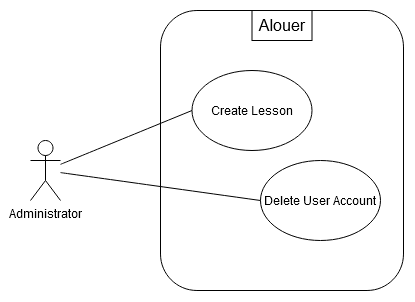
The draw.io diagram iterationDeliverables/iteration-1/Administrator-UseCaseSummary.png in Niravanaa/Alouer-SOEN342, before a commit. Source tidied: cells renumbered, new cells last; positions are measured from the earlier drawing's top-left corner, leaving out a move shared by most shapes.
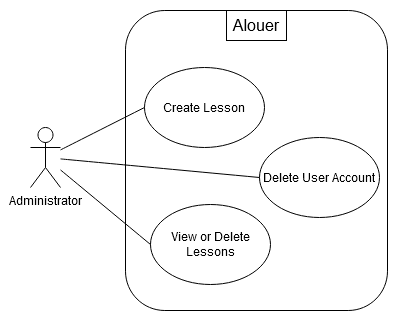
Later version of the same file.

The edit, as a diff of the source:
```diff
@@ -2,26 +2,32 @@
   <root>
     <mxCell id="0" />
     <mxCell id="1" parent="0" />
-    <mxCell id="2" style="rounded=1;whiteSpace=wrap;html=1;" parent="1" vertex="1">
-      <mxGeometry x="130" width="243" height="280" as="geometry" />
-    </mxCell>
+    <mxCell id="4" value="Administrator" style="shape=umlActor;verticalLabelPosition=bottom;verticalAlign=top;html=1;outlineConnect=0;" parent="1" vertex="1">
+      <mxGeometry x="-989" y="-565" width="30" height="60" as="geometry" />
+    </mxCell>
+    <mxCell id="9" style="rounded=1;whiteSpace=wrap;html=1;" parent="1" vertex="1">
+      <mxGeometry x="-894" y="-682" width="262" height="300" as="geometry" />
+    </mxCell>
-    <mxCell id="3" value="Alouer" style="text;html=1;align=center;verticalAlign=middle;whiteSpace=wrap;rounded=0;fontSize=16;fillColor=none;strokeColor=default;" parent="1" vertex="1">
-      <mxGeometry x="221.5" width="60" height="30" as="geometry" />
+    <mxCell id="3" value="Alouer" style="text;html=1;align=center;verticalAlign=middle;whiteSpace=wrap;rounded=0;fontSize=16;strokeColor=default;" parent="1" vertex="1">
+      <mxGeometry x="-793" y="-682" width="60" height="30" as="geometry" />
     </mxCell>
-    <mxCell id="4" value="Administrator" style="shape=umlActor;verticalLabelPosition=bottom;verticalAlign=top;html=1;outlineConnect=0;" parent="1" vertex="1">
-      <mxGeometry y="130" width="30" height="60" as="geometry" />
-    </mxCell>
     <mxCell id="5" value="Create Lesson" style="ellipse;whiteSpace=wrap;html=1;" parent="1" vertex="1">
-      <mxGeometry x="161.5" y="60" width="120" height="80" as="geometry" />
+      <mxGeometry x="-875" y="-625" width="120" height="80" as="geometry" />
     </mxCell>
     <mxCell id="6" value="Delete User Account" style="ellipse;whiteSpace=wrap;html=1;" parent="1" vertex="1">
-      <mxGeometry x="230" y="150" width="120" height="80" as="geometry" />
+      <mxGeometry x="-760" y="-555" width="120" height="80" as="geometry" />
     </mxCell>
+    <mxCell id="10" value="View or Delete Lessons" style="ellipse;whiteSpace=wrap;html=1;" parent="1" vertex="1">
+      <mxGeometry x="-869" y="-488" width="120" height="80" as="geometry" />
+    </mxCell>
     <mxCell id="7" style="endArrow=none;html=1;rounded=0;fontSize=12;startSize=8;endSize=8;curved=1;entryX=0;entryY=0.5;entryDx=0;entryDy=0;" parent="1" edge="1" source="4" target="5">
       <mxGeometry relative="1" as="geometry" />
     </mxCell>
     <mxCell id="8" style="endArrow=none;html=1;rounded=0;fontSize=12;startSize=8;endSize=8;curved=1;entryX=0;entryY=0.5;entryDx=0;entryDy=0;" parent="1" edge="1" source="4" target="6">
       <mxGeometry relative="1" as="geometry" />
     </mxCell>
+    <mxCell id="11" style="endArrow=none;html=1;rounded=0;fontSize=12;startSize=8;endSize=8;curved=1;entryX=0;entryY=0.5;entryDx=0;entryDy=0;" parent="1" edge="1" source="4" target="10">
+      <mxGeometry relative="1" as="geometry" />
+    </mxCell>
   </root>
 </mxGraphModel>
```
